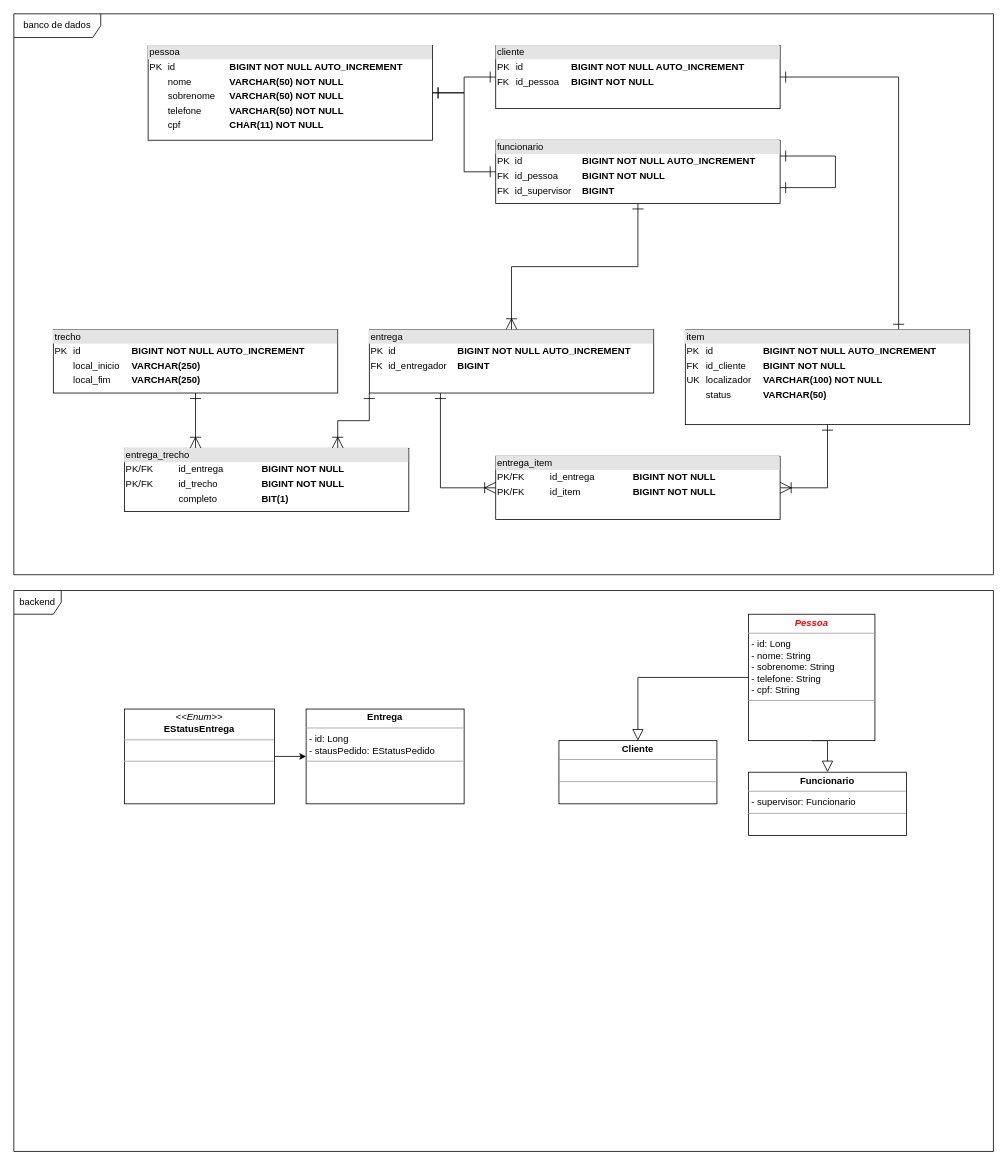
Above: page "EQ1" (1 of 8) of equipes.drawio in hannaBanannaOF/entra21-git-inicio (draw.io), before the change. Source tidied: cells renumbered, new cells numbered last; positions are measured from the earlier drawing's top-left corner, leaving out a move shared by most shapes. Both pictures are drawn from the tidied source at 79%, with x=0, y=0 at pixel (13, 13).
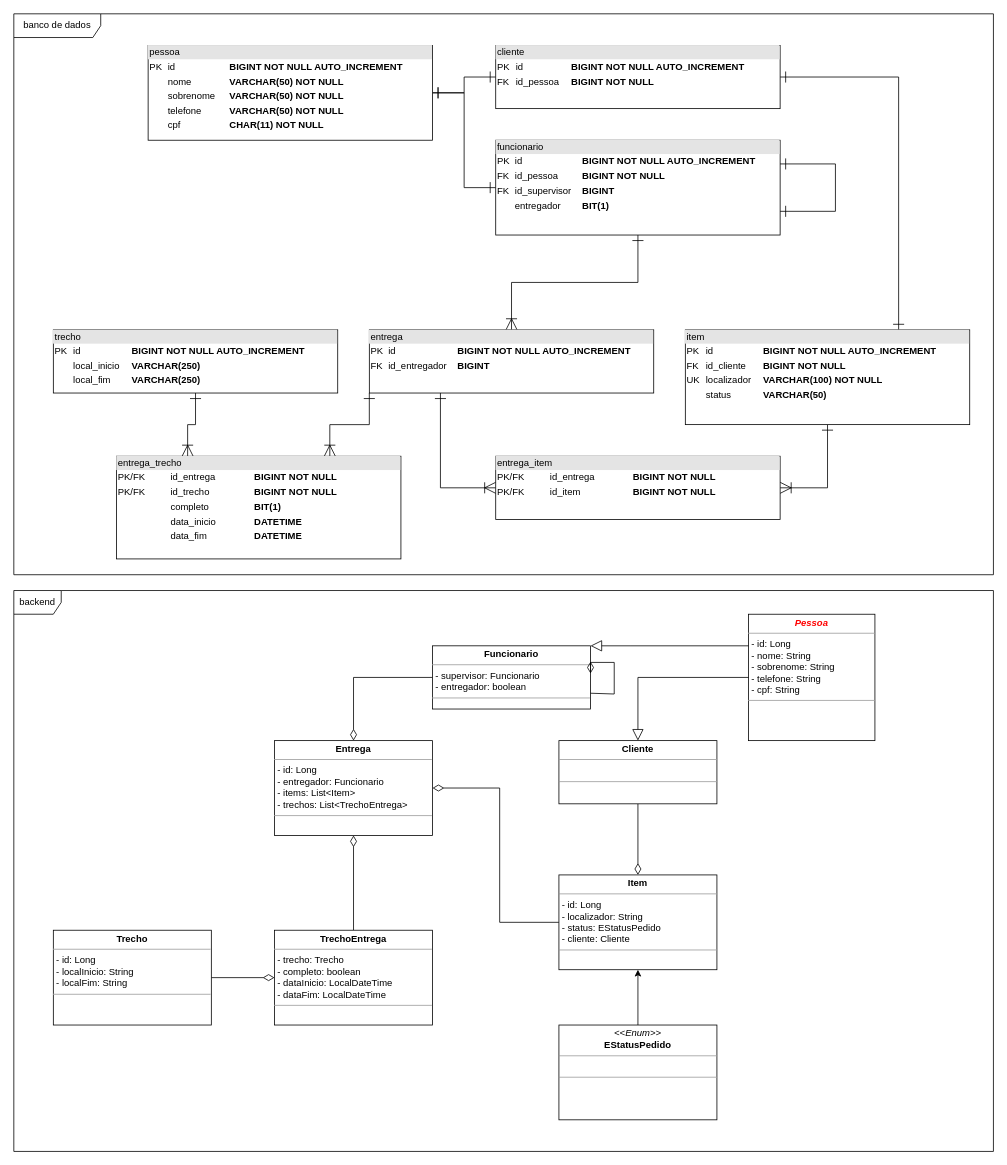
The same diagram, later.

Unchanged cells that the change refers to:
```xml
<mxCell id="5" value="&lt;p style=&quot;margin:0px;margin-top:4px;text-align:center;&quot;&gt;&lt;b&gt;&lt;i&gt;&lt;font color=&quot;#ff0000&quot;&gt;Pessoa&lt;/font&gt;&lt;/i&gt;&lt;/b&gt;&lt;/p&gt;&lt;hr size=&quot;1&quot;&gt;&lt;p style=&quot;margin:0px;margin-left:4px;&quot;&gt;- id: Long&lt;/p&gt;&lt;p style=&quot;margin:0px;margin-left:4px;&quot;&gt;- nome: String&lt;/p&gt;&lt;p style=&quot;margin:0px;margin-left:4px;&quot;&gt;- sobrenome: String&lt;/p&gt;&lt;p style=&quot;margin:0px;margin-left:4px;&quot;&gt;- telefone: String&lt;/p&gt;&lt;p style=&quot;margin:0px;margin-left:4px;&quot;&gt;- cpf: String&lt;/p&gt;&lt;hr size=&quot;1&quot;&gt;&lt;p style=&quot;margin:0px;margin-left:4px;&quot;&gt;&lt;br&gt;&lt;/p&gt;" style="verticalAlign=top;align=left;overflow=fill;fontSize=12;fontFamily=Helvetica;html=1;" parent="1" vertex="1">
  <mxGeometry x="930" y="760" width="160" height="160" as="geometry" />
</mxCell>
<mxCell id="27" value="&lt;p style=&quot;margin:0px;margin-top:4px;text-align:center;&quot;&gt;&lt;b&gt;Cliente&lt;/b&gt;&lt;/p&gt;&lt;hr size=&quot;1&quot;&gt;&lt;p style=&quot;margin:0px;margin-left:4px;&quot;&gt;&lt;br&gt;&lt;/p&gt;&lt;hr size=&quot;1&quot;&gt;&lt;p style=&quot;margin:0px;margin-left:4px;&quot;&gt;&lt;br&gt;&lt;/p&gt;" style="verticalAlign=top;align=left;overflow=fill;fontSize=12;fontFamily=Helvetica;html=1;" parent="1" vertex="1">
  <mxGeometry x="690" y="920" width="200" height="80" as="geometry" />
</mxCell>
```

Change to the diagram source:
```diff
@@
-    <mxCell id="3" value="&lt;p style=&quot;margin:0px;margin-top:4px;text-align:center;&quot;&gt;&lt;b&gt;Entrega&lt;/b&gt;&lt;/p&gt;&lt;hr size=&quot;1&quot;&gt;&lt;p style=&quot;margin:0px;margin-left:4px;&quot;&gt;- id: Long&lt;/p&gt;&lt;p style=&quot;margin:0px;margin-left:4px;&quot;&gt;- stausPedido: EStatusPedido&lt;/p&gt;&lt;hr size=&quot;1&quot;&gt;&lt;p style=&quot;margin:0px;margin-left:4px;&quot;&gt;&lt;br&gt;&lt;/p&gt;" style="verticalAlign=top;align=left;overflow=fill;fontSize=12;fontFamily=Helvetica;html=1;" parent="1" vertex="1">
-      <mxGeometry x="370" y="880" width="200" height="120" as="geometry" />
+    <mxCell id="3" value="&lt;p style=&quot;margin:0px;margin-top:4px;text-align:center;&quot;&gt;&lt;b&gt;Entrega&lt;/b&gt;&lt;/p&gt;&lt;hr size=&quot;1&quot;&gt;&lt;p style=&quot;margin:0px;margin-left:4px;&quot;&gt;- id: Long&lt;/p&gt;&lt;p style=&quot;margin:0px;margin-left:4px;&quot;&gt;- entregador: Funcionario&lt;/p&gt;&lt;p style=&quot;margin:0px;margin-left:4px;&quot;&gt;- items: List&amp;lt;Item&amp;gt;&lt;/p&gt;&lt;p style=&quot;margin:0px;margin-left:4px;&quot;&gt;- trechos: List&amp;lt;TrechoEntrega&amp;gt;&lt;/p&gt;&lt;hr size=&quot;1&quot;&gt;&lt;p style=&quot;margin:0px;margin-left:4px;&quot;&gt;&lt;br&gt;&lt;/p&gt;" style="verticalAlign=top;align=left;overflow=fill;fontSize=12;fontFamily=Helvetica;html=1;" parent="1" vertex="1">
+      <mxGeometry x="330" y="920" width="200" height="120" as="geometry" />
     </mxCell>
-    <mxCell id="4" style="edgeStyle=orthogonalEdgeStyle;rounded=0;jettySize=auto;html=1;exitX=0.5;exitY=1;exitDx=0;exitDy=0;entryX=0.5;entryY=0;entryDx=0;entryDy=0;fontColor=#FF0000;startArrow=none;startFill=0;endArrow=block;endFill=0;startSize=12;endSize=12;" parent="1" edge="1" source="5" target="28">
-      <mxGeometry relative="1" as="geometry" />
-    </mxCell>
@@
-    <mxCell id="6" style="edgeStyle=orthogonalEdgeStyle;rounded=0;jettySize=auto;html=1;exitX=1;exitY=0.5;exitDx=0;exitDy=0;entryX=0;entryY=0.5;entryDx=0;entryDy=0;" parent="1" edge="1" source="8" target="3">
+    <mxCell id="6" style="edgeStyle=orthogonalEdgeStyle;rounded=0;jettySize=auto;html=1;exitX=0.5;exitY=0;exitDx=0;exitDy=0;entryX=0.5;entryY=1;entryDx=0;entryDy=0;" parent="1" edge="1" source="8" target="33">
       <mxGeometry relative="1" as="geometry" />
     </mxCell>
@@
-    <mxCell id="8" value="&lt;p style=&quot;margin:0px;margin-top:4px;text-align:center;&quot;&gt;&lt;i&gt;&amp;lt;&amp;lt;Enum&amp;gt;&amp;gt;&lt;/i&gt;&lt;br&gt;&lt;b&gt;EStatusEntrega&lt;/b&gt;&lt;/p&gt;&lt;hr size=&quot;1&quot;&gt;&lt;p style=&quot;margin:0px;margin-left:4px;&quot;&gt;&lt;br&gt;&lt;/p&gt;&lt;hr size=&quot;1&quot;&gt;&lt;p style=&quot;margin:0px;margin-left:4px;&quot;&gt;&lt;br&gt;&lt;/p&gt;" style="verticalAlign=top;align=left;overflow=fill;fontSize=12;fontFamily=Helvetica;html=1;" parent="1" vertex="1">
-      <mxGeometry x="140" y="880" width="190" height="120" as="geometry" />
+    <mxCell id="8" value="&lt;p style=&quot;margin:0px;margin-top:4px;text-align:center;&quot;&gt;&lt;i&gt;&amp;lt;&amp;lt;Enum&amp;gt;&amp;gt;&lt;/i&gt;&lt;br&gt;&lt;b&gt;EStatusPedido&lt;/b&gt;&lt;/p&gt;&lt;hr size=&quot;1&quot;&gt;&lt;p style=&quot;margin:0px;margin-left:4px;&quot;&gt;&lt;br&gt;&lt;/p&gt;&lt;hr size=&quot;1&quot;&gt;&lt;p style=&quot;margin:0px;margin-left:4px;&quot;&gt;&lt;br&gt;&lt;/p&gt;" style="verticalAlign=top;align=left;overflow=fill;fontSize=12;fontFamily=Helvetica;html=1;" parent="1" vertex="1">
+      <mxGeometry x="690" y="1280" width="200" height="120" as="geometry" />
     </mxCell>
@@
-    <mxCell id="18" value="&lt;div style=&quot;box-sizing:border-box;width:100%;background:#e4e4e4;padding:2px;&quot;&gt;funcionario&lt;/div&gt;&lt;table style=&quot;width:100%;font-size:1em;&quot; cellpadding=&quot;2&quot; cellspacing=&quot;0&quot;&gt;&lt;tbody&gt;&lt;tr&gt;&lt;td&gt;PK&lt;/td&gt;&lt;td&gt;id&lt;/td&gt;&lt;td&gt;&lt;b&gt;BIGINT&lt;/b&gt;&amp;nbsp;&lt;b&gt;NOT NULL AUTO_INCREMENT&lt;/b&gt;&lt;br&gt;&lt;/td&gt;&lt;/tr&gt;&lt;tr&gt;&lt;td&gt;FK&lt;/td&gt;&lt;td&gt;id_pessoa&lt;b&gt;&lt;br&gt;&lt;/b&gt;&lt;/td&gt;&lt;td&gt;&lt;b&gt;BIGINT NOT NULL&lt;/b&gt;&lt;/td&gt;&lt;/tr&gt;&lt;tr&gt;&lt;td&gt;FK&lt;/td&gt;&lt;td&gt;id_supervisor&lt;/td&gt;&lt;td&gt;&lt;b&gt;BIGINT&lt;/b&gt;&lt;/td&gt;&lt;/tr&gt;&lt;/tbody&gt;&lt;/table&gt;" style="verticalAlign=top;align=left;overflow=fill;html=1;" parent="1" vertex="1">
-      <mxGeometry x="610" y="160" width="360" height="80" as="geometry" />
+    <mxCell id="18" value="&lt;div style=&quot;box-sizing:border-box;width:100%;background:#e4e4e4;padding:2px;&quot;&gt;funcionario&lt;/div&gt;&lt;table style=&quot;width:100%;font-size:1em;&quot; cellpadding=&quot;2&quot; cellspacing=&quot;0&quot;&gt;&lt;tbody&gt;&lt;tr&gt;&lt;td&gt;PK&lt;/td&gt;&lt;td&gt;id&lt;/td&gt;&lt;td&gt;&lt;b&gt;BIGINT&lt;/b&gt;&amp;nbsp;&lt;b&gt;NOT NULL AUTO_INCREMENT&lt;/b&gt;&lt;br&gt;&lt;/td&gt;&lt;/tr&gt;&lt;tr&gt;&lt;td&gt;FK&lt;/td&gt;&lt;td&gt;id_pessoa&lt;b&gt;&lt;br&gt;&lt;/b&gt;&lt;/td&gt;&lt;td&gt;&lt;b&gt;BIGINT NOT NULL&lt;/b&gt;&lt;/td&gt;&lt;/tr&gt;&lt;tr&gt;&lt;td&gt;FK&lt;/td&gt;&lt;td&gt;id_supervisor&lt;/td&gt;&lt;td&gt;&lt;b&gt;BIGINT&lt;/b&gt;&lt;/td&gt;&lt;/tr&gt;&lt;tr&gt;&lt;td&gt;&lt;br&gt;&lt;/td&gt;&lt;td&gt;entregador&lt;/td&gt;&lt;td&gt;&lt;b&gt;BIT(1)&lt;/b&gt;&lt;/td&gt;&lt;/tr&gt;&lt;/tbody&gt;&lt;/table&gt;" style="verticalAlign=top;align=left;overflow=fill;html=1;" parent="1" vertex="1">
+      <mxGeometry x="610" y="160" width="360" height="120" as="geometry" />
     </mxCell>
@@
     <mxCell id="21" style="edgeStyle=orthogonalEdgeStyle;rounded=0;orthogonalLoop=1;jettySize=auto;html=1;exitX=1;exitY=0.25;exitDx=0;exitDy=0;entryX=1;entryY=0.75;entryDx=0;entryDy=0;startArrow=ERone;startFill=0;endArrow=ERone;endFill=0;startSize=12;endSize=12;" parent="1" edge="1" source="18" target="18">
       <mxGeometry relative="1" as="geometry">
         <Array as="points">
-          <mxPoint x="1040" y="180" />
-          <mxPoint x="1040" y="220" />
+          <mxPoint x="1040" y="190" />
+          <mxPoint x="1040" y="250" />
         </Array>
       </mxGeometry>
     </mxCell>
@@
-    <mxCell id="25" value="&lt;div style=&quot;box-sizing:border-box;width:100%;background:#e4e4e4;padding:2px;&quot;&gt;entrega_trecho&lt;/div&gt;&lt;table style=&quot;width:100%;font-size:1em;&quot; cellpadding=&quot;2&quot; cellspacing=&quot;0&quot;&gt;&lt;tbody&gt;&lt;tr&gt;&lt;td&gt;PK/FK&lt;/td&gt;&lt;td&gt;id_entrega&lt;/td&gt;&lt;td&gt;&lt;b&gt;BIGINT&lt;/b&gt;&amp;nbsp;&lt;b&gt;NOT NULL&lt;/b&gt;&lt;br&gt;&lt;/td&gt;&lt;/tr&gt;&lt;tr&gt;&lt;td&gt;PK/FK&lt;/td&gt;&lt;td&gt;id_trecho&lt;/td&gt;&lt;td&gt;&lt;b&gt;BIGINT NOT NULL&lt;/b&gt;&lt;/td&gt;&lt;/tr&gt;&lt;tr&gt;&lt;td&gt;&lt;br&gt;&lt;/td&gt;&lt;td&gt;completo&lt;/td&gt;&lt;td&gt;&lt;b&gt;BIT(1)&lt;/b&gt;&lt;/td&gt;&lt;/tr&gt;&lt;/tbody&gt;&lt;/table&gt;" style="verticalAlign=top;align=left;overflow=fill;html=1;" parent="1" vertex="1">
-      <mxGeometry x="140" y="550" width="360" height="80" as="geometry" />
+    <mxCell id="25" value="&lt;div style=&quot;box-sizing:border-box;width:100%;background:#e4e4e4;padding:2px;&quot;&gt;entrega_trecho&lt;/div&gt;&lt;table style=&quot;width:100%;font-size:1em;&quot; cellpadding=&quot;2&quot; cellspacing=&quot;0&quot;&gt;&lt;tbody&gt;&lt;tr&gt;&lt;td&gt;PK/FK&lt;/td&gt;&lt;td&gt;id_entrega&lt;/td&gt;&lt;td&gt;&lt;b&gt;BIGINT&lt;/b&gt;&amp;nbsp;&lt;b&gt;NOT NULL&lt;/b&gt;&lt;br&gt;&lt;/td&gt;&lt;/tr&gt;&lt;tr&gt;&lt;td&gt;PK/FK&lt;/td&gt;&lt;td&gt;id_trecho&lt;/td&gt;&lt;td&gt;&lt;b&gt;BIGINT NOT NULL&lt;/b&gt;&lt;/td&gt;&lt;/tr&gt;&lt;tr&gt;&lt;td&gt;&lt;br&gt;&lt;/td&gt;&lt;td&gt;completo&lt;/td&gt;&lt;td&gt;&lt;b&gt;BIT(1)&lt;/b&gt;&lt;/td&gt;&lt;/tr&gt;&lt;tr&gt;&lt;td&gt;&lt;br&gt;&lt;/td&gt;&lt;td&gt;data_inicio&lt;/td&gt;&lt;td&gt;&lt;b&gt;DATETIME&lt;/b&gt;&lt;/td&gt;&lt;/tr&gt;&lt;tr&gt;&lt;td&gt;&lt;br&gt;&lt;/td&gt;&lt;td&gt;data_fim&lt;/td&gt;&lt;td&gt;&lt;b&gt;DATETIME&lt;/b&gt;&lt;/td&gt;&lt;/tr&gt;&lt;/tbody&gt;&lt;/table&gt;" style="verticalAlign=top;align=left;overflow=fill;html=1;" parent="1" vertex="1">
+      <mxGeometry x="130" y="560" width="360" height="130" as="geometry" />
     </mxCell>
@@
+    <mxCell id="29" style="edgeStyle=orthogonalEdgeStyle;rounded=0;jettySize=auto;html=1;exitX=0.5;exitY=1;exitDx=0;exitDy=0;entryX=0.5;entryY=0;entryDx=0;entryDy=0;endArrow=diamondThin;endFill=0;endSize=12;startSize=12;" parent="1" edge="1" source="27" target="33">
+      <mxGeometry relative="1" as="geometry" />
+    </mxCell>
@@
+    <mxCell id="30" style="edgeStyle=orthogonalEdgeStyle;rounded=0;jettySize=auto;html=1;exitX=1;exitY=0;exitDx=0;exitDy=0;entryX=0;entryY=0.25;entryDx=0;entryDy=0;endArrow=none;endFill=0;startSize=12;endSize=12;startArrow=block;startFill=0;" parent="1" edge="1" source="28" target="5">
+      <mxGeometry relative="1" as="geometry">
+        <Array as="points">
+          <mxPoint x="780" y="800" />
+          <mxPoint x="780" y="800" />
+        </Array>
+      </mxGeometry>
+    </mxCell>
+    <mxCell id="31" style="edgeStyle=orthogonalEdgeStyle;rounded=0;jettySize=auto;html=1;exitX=0;exitY=0.5;exitDx=0;exitDy=0;entryX=0.5;entryY=0;entryDx=0;entryDy=0;startArrow=none;startFill=0;endArrow=diamondThin;endFill=0;startSize=12;endSize=12;" parent="1" edge="1" source="28" target="3">
+      <mxGeometry relative="1" as="geometry" />
+    </mxCell>
-    <mxCell id="28" value="&lt;p style=&quot;margin:0px;margin-top:4px;text-align:center;&quot;&gt;&lt;b&gt;Funcionario&lt;/b&gt;&lt;/p&gt;&lt;hr size=&quot;1&quot;&gt;&lt;p style=&quot;margin:0px;margin-left:4px;&quot;&gt;- supervisor: Funcionario&lt;/p&gt;&lt;hr size=&quot;1&quot;&gt;&lt;p style=&quot;margin:0px;margin-left:4px;&quot;&gt;&lt;br&gt;&lt;/p&gt;" style="verticalAlign=top;align=left;overflow=fill;fontSize=12;fontFamily=Helvetica;html=1;" parent="1" vertex="1">
-      <mxGeometry x="930" y="960" width="200" height="80" as="geometry" />
+    <mxCell id="28" value="&lt;p style=&quot;margin:0px;margin-top:4px;text-align:center;&quot;&gt;&lt;b&gt;Funcionario&lt;/b&gt;&lt;/p&gt;&lt;hr size=&quot;1&quot;&gt;&lt;p style=&quot;margin:0px;margin-left:4px;&quot;&gt;- supervisor: Funcionario&lt;/p&gt;&lt;p style=&quot;margin:0px;margin-left:4px;&quot;&gt;- entregador: boolean&lt;/p&gt;&lt;hr size=&quot;1&quot;&gt;&lt;p style=&quot;margin:0px;margin-left:4px;&quot;&gt;&lt;br&gt;&lt;/p&gt;" style="verticalAlign=top;align=left;overflow=fill;fontSize=12;fontFamily=Helvetica;html=1;" parent="1" vertex="1">
+      <mxGeometry x="530" y="800" width="200" height="80" as="geometry" />
     </mxCell>
+    <mxCell id="32" style="edgeStyle=orthogonalEdgeStyle;rounded=0;jettySize=auto;html=1;exitX=0;exitY=0.5;exitDx=0;exitDy=0;entryX=1;entryY=0.5;entryDx=0;entryDy=0;startArrow=none;startFill=0;endArrow=diamondThin;endFill=0;startSize=12;endSize=12;" parent="1" edge="1" source="33" target="3">
+      <mxGeometry relative="1" as="geometry" />
+    </mxCell>
+    <mxCell id="33" value="&lt;p style=&quot;margin:0px;margin-top:4px;text-align:center;&quot;&gt;&lt;b&gt;Item&lt;/b&gt;&lt;/p&gt;&lt;hr size=&quot;1&quot;&gt;&lt;p style=&quot;margin:0px;margin-left:4px;&quot;&gt;- id: Long&lt;/p&gt;&lt;p style=&quot;margin:0px;margin-left:4px;&quot;&gt;- localizador: String&lt;/p&gt;&lt;p style=&quot;margin:0px;margin-left:4px;&quot;&gt;- status: EStatusPedido&lt;/p&gt;&lt;p style=&quot;margin:0px;margin-left:4px;&quot;&gt;- cliente: Cliente&lt;/p&gt;&lt;hr size=&quot;1&quot;&gt;&lt;p style=&quot;margin:0px;margin-left:4px;&quot;&gt;&lt;br&gt;&lt;/p&gt;" style="verticalAlign=top;align=left;overflow=fill;fontSize=12;fontFamily=Helvetica;html=1;" parent="1" vertex="1">
+      <mxGeometry x="690" y="1090" width="200" height="120" as="geometry" />
+    </mxCell>
+    <mxCell id="34" style="edgeStyle=orthogonalEdgeStyle;rounded=0;orthogonalLoop=1;jettySize=auto;html=1;exitX=1;exitY=0.25;exitDx=0;exitDy=0;entryX=1;entryY=0.75;entryDx=0;entryDy=0;startArrow=diamondThin;startFill=0;endArrow=none;endFill=0;startSize=12;endSize=12;" parent="1" edge="1" source="28" target="28">
+      <mxGeometry relative="1" as="geometry">
+        <Array as="points">
+          <mxPoint x="760" y="821" />
+          <mxPoint x="760" y="861" />
+        </Array>
+      </mxGeometry>
+    </mxCell>
+    <mxCell id="35" style="edgeStyle=orthogonalEdgeStyle;rounded=0;jettySize=auto;html=1;exitX=1;exitY=0.5;exitDx=0;exitDy=0;entryX=0;entryY=0.5;entryDx=0;entryDy=0;startArrow=none;startFill=0;endArrow=diamondThin;endFill=0;startSize=12;endSize=12;" parent="1" edge="1" source="36" target="38">
+      <mxGeometry relative="1" as="geometry" />
+    </mxCell>
+    <mxCell id="36" value="&lt;p style=&quot;margin:0px;margin-top:4px;text-align:center;&quot;&gt;&lt;b&gt;Trecho&lt;/b&gt;&lt;/p&gt;&lt;hr size=&quot;1&quot;&gt;&lt;p style=&quot;margin:0px;margin-left:4px;&quot;&gt;- id: Long&lt;/p&gt;&lt;p style=&quot;margin:0px;margin-left:4px;&quot;&gt;- localInicio: String&lt;/p&gt;&lt;p style=&quot;margin:0px;margin-left:4px;&quot;&gt;- localFim: String&lt;/p&gt;&lt;hr size=&quot;1&quot;&gt;&lt;p style=&quot;margin:0px;margin-left:4px;&quot;&gt;&lt;br&gt;&lt;/p&gt;" style="verticalAlign=top;align=left;overflow=fill;fontSize=12;fontFamily=Helvetica;html=1;" parent="1" vertex="1">
+      <mxGeometry x="50" y="1160" width="200" height="120" as="geometry" />
+    </mxCell>
+    <mxCell id="37" style="edgeStyle=orthogonalEdgeStyle;rounded=0;jettySize=auto;html=1;exitX=0.5;exitY=0;exitDx=0;exitDy=0;startArrow=none;startFill=0;endArrow=diamondThin;endFill=0;startSize=12;endSize=12;" parent="1" edge="1" source="38" target="3">
+      <mxGeometry relative="1" as="geometry" />
+    </mxCell>
+    <mxCell id="38" value="&lt;p style=&quot;margin:0px;margin-top:4px;text-align:center;&quot;&gt;&lt;b&gt;TrechoEntrega&lt;/b&gt;&lt;/p&gt;&lt;hr size=&quot;1&quot;&gt;&lt;p style=&quot;margin:0px;margin-left:4px;&quot;&gt;- trecho: Trecho&lt;/p&gt;&lt;p style=&quot;margin:0px;margin-left:4px;&quot;&gt;- completo: boolean&lt;/p&gt;&lt;p style=&quot;margin:0px;margin-left:4px;&quot;&gt;- dataInicio: LocalDateTime&lt;/p&gt;&lt;p style=&quot;margin:0px;margin-left:4px;&quot;&gt;- dataFim: LocalDateTime&lt;/p&gt;&lt;hr size=&quot;1&quot;&gt;&lt;p style=&quot;margin:0px;margin-left:4px;&quot;&gt;&lt;br&gt;&lt;/p&gt;" style="verticalAlign=top;align=left;overflow=fill;fontSize=12;fontFamily=Helvetica;html=1;" parent="1" vertex="1">
+      <mxGeometry x="330" y="1160" width="200" height="120" as="geometry" />
+    </mxCell>
```
